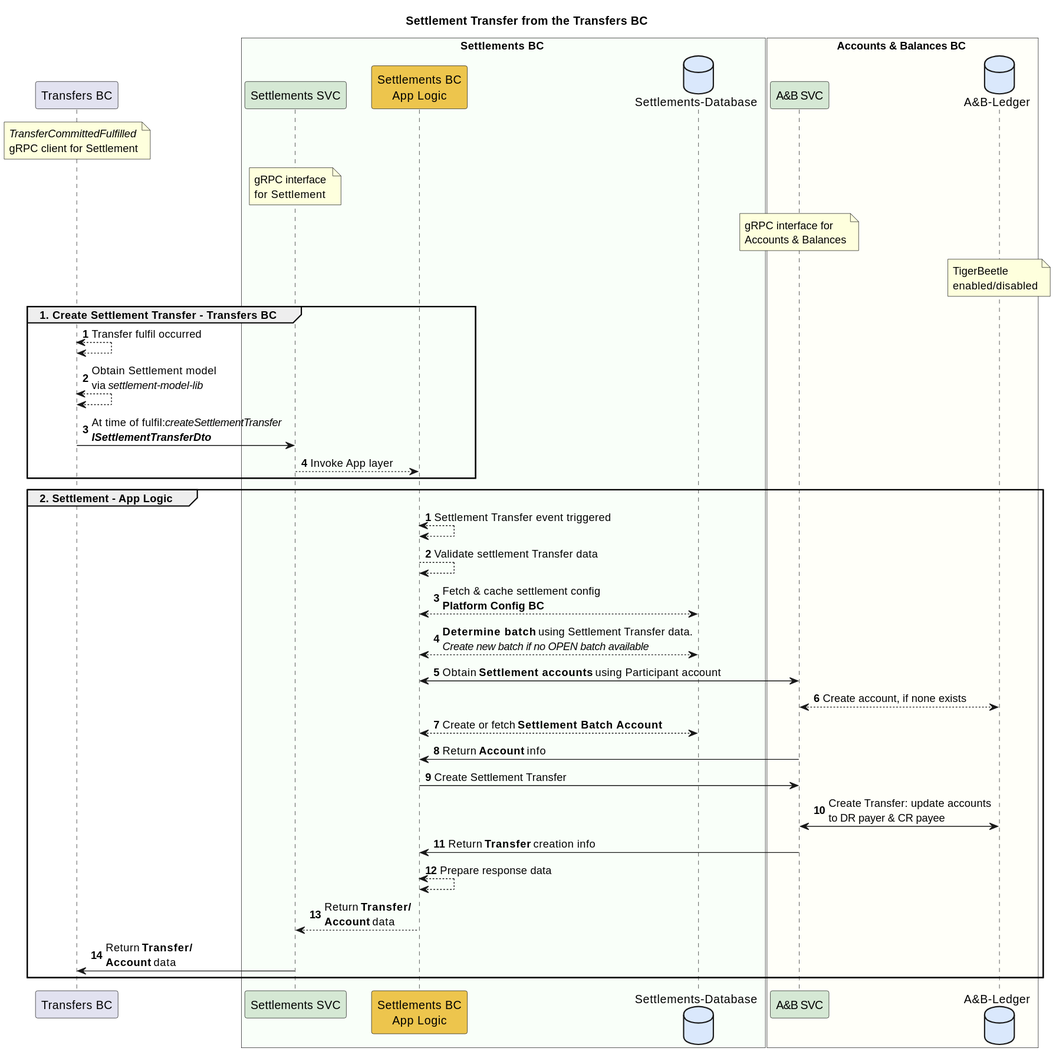
The PlantUML diagram docs/flows/01-settlement-transfer-bc.svg in mojaloop/settlements-bc, before a commit.
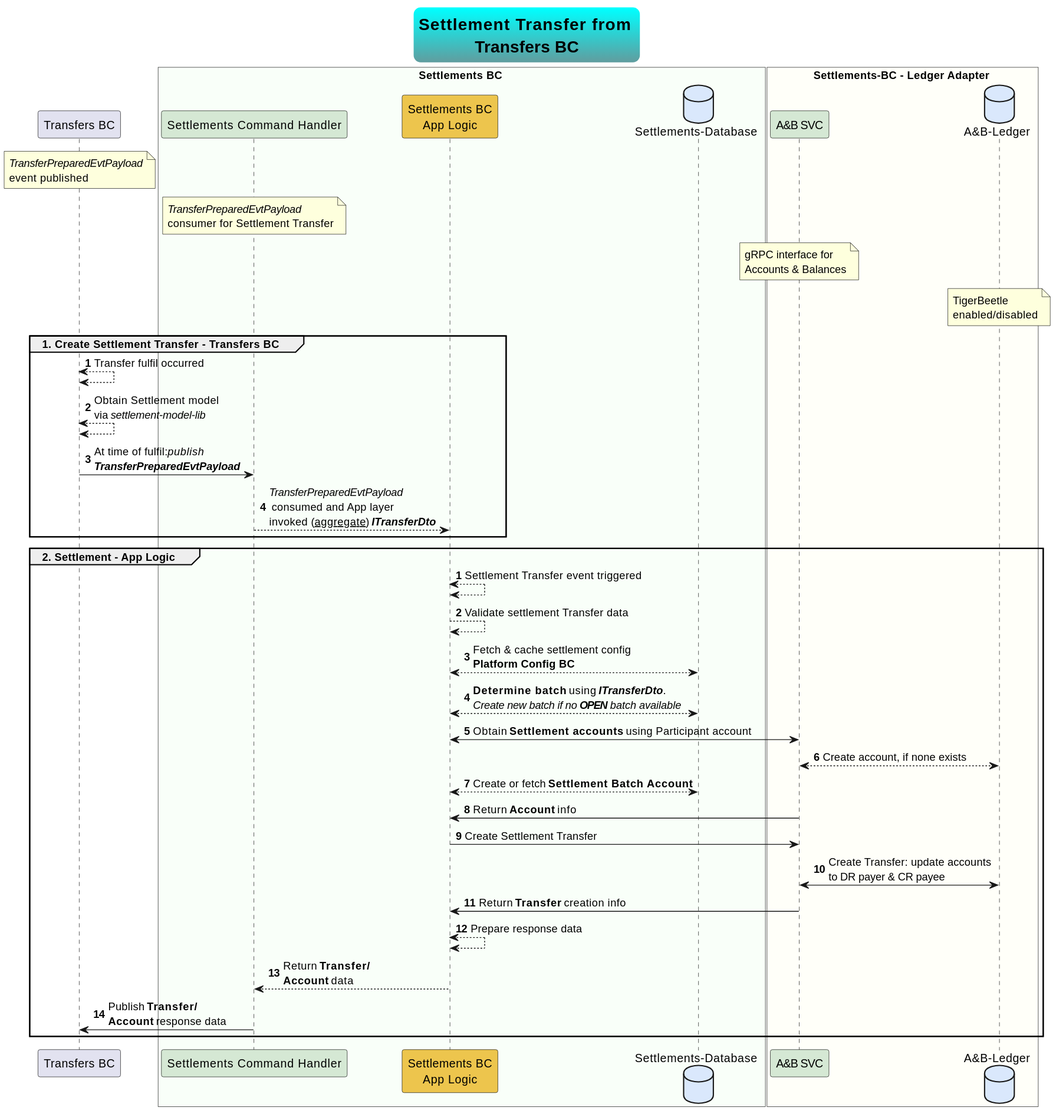
After the commit.

Change to the diagram source:
```diff
@@ -1,23 +1,28 @@
 @startuml
-title Settlement Transfer from the Transfers BC
+skinparam TitleFontSize 20
+skinparam titleBorderRoundCorner 15
+skinparam titleBorderThickness 2
+skinparam titleBorderColor Aqua-CadetBlue
+skinparam titleBackgroundColor Aqua-CadetBlue
+title Settlement Transfer from \nTransfers BC
 
 participant "Transfers BC" as ext_transfers_bc
 note over ext_transfers_bc
-    //TransferCommittedFulfilled//
-    gRPC client for Settlement
+    //TransferPreparedEvtPayload//
+    event published
 end note
 
 box Settlements BC #F9FFF9
-	participant "Settlements SVC" as sbc_grpc #D5E8D4
+	participant "Settlements Command Handler" as sbc_grpc #D5E8D4
     note over sbc_grpc
-        gRPC interface
-        for Settlement
+        //TransferPreparedEvtPayload//
+        consumer for Settlement Transfer
     end note
 	participant "Settlements BC\nApp Logic" as sbc_app_logic #EDC54D
 	database "Settlements-Database" as sbc_db #DAE8FC
 end box
 
-box Accounts & Balances BC #FFFFF9
+box Settlements-BC - Ledger Adapter #FFFFF9
     participant "A&B SVC" as abbc_grpc #D5E8D4
     database "A&B-Ledger" as abbc_tigerbeetle #DAE8FC
     note over abbc_grpc
@@ -34,8 +39,8 @@
 autonumber
     ext_transfers_bc <--> ext_transfers_bc : Transfer fulfil occurred
     ext_transfers_bc <--> ext_transfers_bc : Obtain Settlement model\nvia //settlement-model-lib//
-    ext_transfers_bc -> sbc_grpc : At time of fulfil://createSettlementTransfer//\n**//ISettlementTransferDto//**
-    sbc_grpc --> sbc_app_logic : Invoke App layer
+    ext_transfers_bc -> sbc_grpc : At time of fulfil://publish//\n**//TransferPreparedEvtPayload//**
+    sbc_grpc --> sbc_app_logic : //TransferPreparedEvtPayload//\n consumed and App layer\ninvoked (__aggregate__) **//ITransferDto//**
 end
 
 group 2. Settlement - App Logic
@@ -43,7 +48,7 @@
     sbc_app_logic <--> sbc_app_logic: Settlement Transfer event triggered
     sbc_app_logic --> sbc_app_logic : Validate settlement Transfer data
     sbc_app_logic <--> sbc_db : Fetch & cache settlement config\n**Platform Config BC**
-    sbc_app_logic <--> sbc_db : **Determine batch** using Settlement Transfer data.\n//Create new batch if no OPEN batch available//
+    sbc_app_logic <--> sbc_db : **Determine batch** using **//ITransferDto//**.\n//Create new batch if no **OPEN** batch available//
     sbc_app_logic <-> abbc_grpc : Obtain **Settlement accounts** using Participant account
     abbc_grpc <--> abbc_tigerbeetle : Create account, if none exists
     sbc_app_logic <--> sbc_db : Create or fetch **Settlement Batch Account**
@@ -53,6 +58,6 @@
     abbc_grpc -> sbc_app_logic : Return **Transfer** creation info
     sbc_app_logic <--> sbc_app_logic: Prepare response data
     sbc_app_logic --> sbc_grpc: Return **Transfer/** \n**Account** data
-    sbc_grpc -> ext_transfers_bc: Return **Transfer/** \n**Account** data
+    sbc_grpc -> ext_transfers_bc: Publish **Transfer/** \n**Account** response data
 end
 @enduml
```
